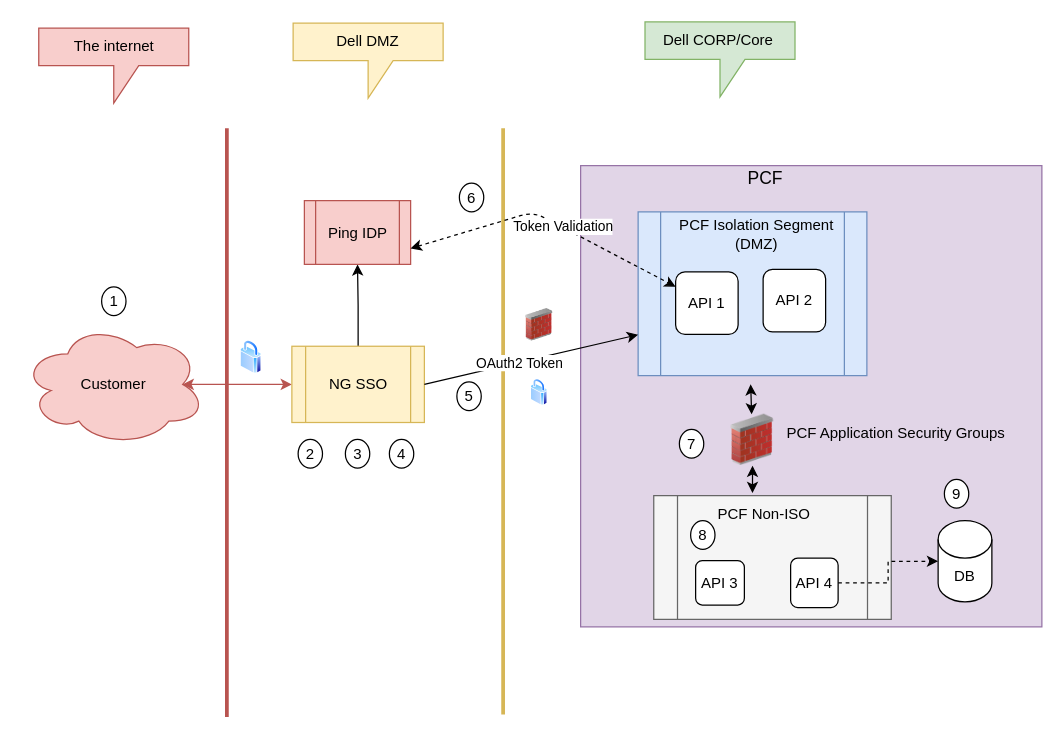
Above: PKS-SP-PCF-EXT.drawio in rama78/app-config (draw.io), before the change. Source tidied: cells renumbered, new cells numbered last; positions are measured from the earlier drawing's top-left corner, leaving out a move shared by most shapes. Both pictures are drawn from the tidied source at 125%, with x=0, y=0 at pixel (21, 21).
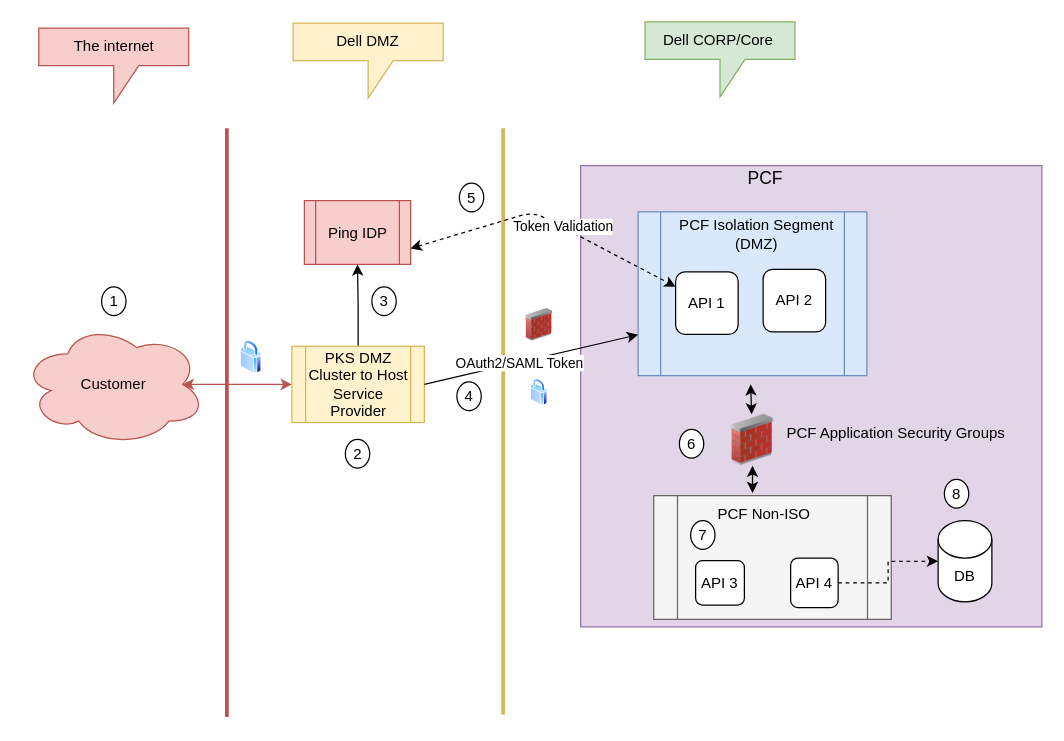
The same diagram, later.

The change refers to these unchanged cells:
```xml
<mxCell id="31" style="endArrow=classic;html=1;entryX=0;entryY=0.75;entryDx=0;entryDy=0;exitX=1;exitY=0.5;exitDx=0;exitDy=0;" parent="1" edge="1" source="8" target="23">
  <mxGeometry relative="1" as="geometry" />
</mxCell>
```

Diff of the diagram source:
```diff
@@
-    <mxCell id="8" value="NG SSO" style="shape=process;whiteSpace=wrap;html=1;backgroundOutline=1;fillColor=#fff2cc;strokeColor=#d6b656;" parent="1" vertex="1">
+    <mxCell id="8" value="PKS DMZ Cluster to Host Service Provider" style="shape=process;whiteSpace=wrap;html=1;backgroundOutline=1;fillColor=#fff2cc;strokeColor=#d6b656;" parent="1" vertex="1">
       <mxGeometry x="216" y="259.5" width="106" height="61" as="geometry" />
     </mxCell>
@@
-    <mxCell id="32" value="OAuth2 Token" style="edgeLabel;html=1;align=center;verticalAlign=middle;" parent="31" vertex="1">
+    <mxCell id="32" value="OAuth2/SAML Token" style="edgeLabel;html=1;align=center;verticalAlign=middle;" parent="31" vertex="1">
       <mxGeometry x="-0.11" relative="1" as="geometry" />
     </mxCell>
@@
     <mxCell id="36" value="2" style="ellipse;whiteSpace=wrap;html=1;" parent="1" vertex="1">
-      <mxGeometry x="221" y="334" width="19.5" height="23" as="geometry" />
+      <mxGeometry x="258.8" y="334" width="19.5" height="23" as="geometry" />
     </mxCell>
     <mxCell id="37" value="3" style="ellipse;whiteSpace=wrap;html=1;" parent="1" vertex="1">
-      <mxGeometry x="258.8" y="334" width="19.5" height="23" as="geometry" />
+      <mxGeometry x="280" y="212" width="19.5" height="23" as="geometry" />
     </mxCell>
-    <mxCell id="38" value="5" style="ellipse;whiteSpace=wrap;html=1;" parent="1" vertex="1">
+    <mxCell id="38" value="4" style="ellipse;whiteSpace=wrap;html=1;" parent="1" vertex="1">
       <mxGeometry x="348" y="288" width="19.5" height="23" as="geometry" />
     </mxCell>
-    <mxCell id="39" value="4" style="ellipse;whiteSpace=wrap;html=1;" parent="1" vertex="1">
-      <mxGeometry x="294" y="334" width="19.5" height="23" as="geometry" />
-    </mxCell>
-    <mxCell id="40" value="6" style="ellipse;whiteSpace=wrap;html=1;" parent="1" vertex="1">
+    <mxCell id="40" value="5" style="ellipse;whiteSpace=wrap;html=1;" parent="1" vertex="1">
       <mxGeometry x="350" y="129" width="19.5" height="23" as="geometry" />
     </mxCell>
-    <mxCell id="41" value="7" style="ellipse;whiteSpace=wrap;html=1;" parent="1" vertex="1">
+    <mxCell id="41" value="6" style="ellipse;whiteSpace=wrap;html=1;" parent="1" vertex="1">
       <mxGeometry x="526" y="326" width="19.5" height="23" as="geometry" />
     </mxCell>
-    <mxCell id="42" value="8" style="ellipse;whiteSpace=wrap;html=1;" parent="1" vertex="1">
+    <mxCell id="42" value="7" style="ellipse;whiteSpace=wrap;html=1;" parent="1" vertex="1">
       <mxGeometry x="535" y="399" width="19.5" height="23" as="geometry" />
     </mxCell>
@@
-    <mxCell id="44" value="9" style="ellipse;whiteSpace=wrap;html=1;" parent="1" vertex="1">
+    <mxCell id="44" value="8" style="ellipse;whiteSpace=wrap;html=1;" parent="1" vertex="1">
       <mxGeometry x="738" y="366" width="19.5" height="23" as="geometry" />
     </mxCell>
```
